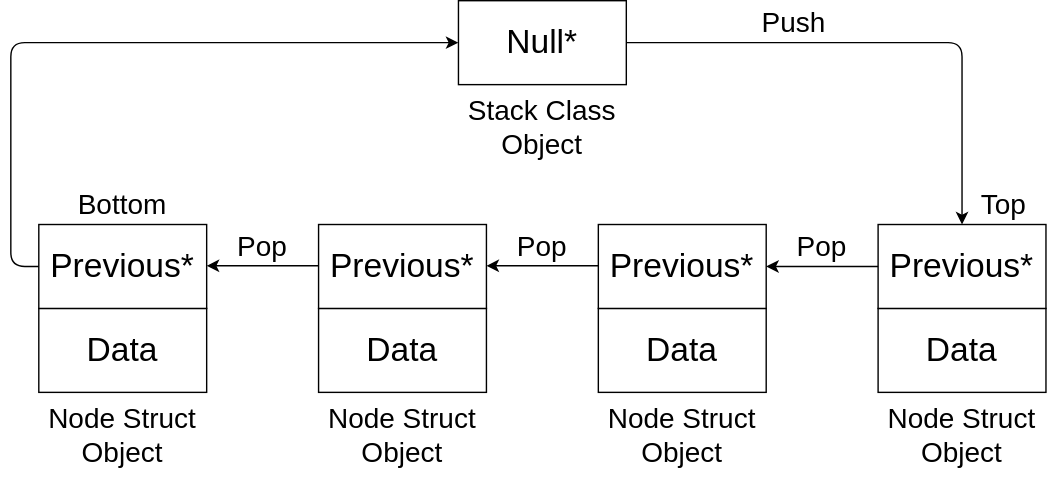
This is Diagrams/Linked_List_Stack.svg from DominicSieli/Computer-Science, a draw.io export, as it was before one commit. Source tidied: cells renumbered, new cells last; positions are measured from the earlier drawing's top-left corner, leaving out a move shared by most shapes. The source it was exported from:
```xml
<mxGraphModel>
  <root>
    <mxCell id="0" />
    <mxCell id="1" parent="0" />
    <mxCell id="2" value="&lt;span style=&quot;font-size: 24px&quot;&gt;Data&lt;/span&gt;" style="rounded=0;whiteSpace=wrap;html=1;" parent="1" vertex="1">
      <mxGeometry x="20" y="220" width="120" height="60" as="geometry" />
    </mxCell>
    <mxCell id="3" value="&lt;span style=&quot;font-size: 24px&quot;&gt;Previous*&lt;/span&gt;" style="rounded=0;whiteSpace=wrap;html=1;" parent="1" vertex="1">
      <mxGeometry x="20" y="160" width="120" height="60" as="geometry" />
    </mxCell>
    <mxCell id="4" value="&lt;span style=&quot;font-size: 24px&quot;&gt;Data&lt;/span&gt;" style="rounded=0;whiteSpace=wrap;html=1;" parent="1" vertex="1">
      <mxGeometry x="220" y="220" width="120" height="60" as="geometry" />
    </mxCell>
    <mxCell id="5" value="&lt;span style=&quot;font-size: 24px&quot;&gt;Previous*&lt;/span&gt;" style="rounded=0;whiteSpace=wrap;html=1;" parent="1" vertex="1">
      <mxGeometry x="220" y="160" width="120" height="60" as="geometry" />
    </mxCell>
    <mxCell id="6" value="&lt;span style=&quot;font-size: 24px&quot;&gt;Data&lt;/span&gt;" style="rounded=0;whiteSpace=wrap;html=1;" parent="1" vertex="1">
      <mxGeometry x="420" y="220" width="120" height="60" as="geometry" />
    </mxCell>
    <mxCell id="7" value="&lt;span style=&quot;font-size: 24px&quot;&gt;Previous*&lt;/span&gt;" style="rounded=0;whiteSpace=wrap;html=1;" parent="1" vertex="1">
      <mxGeometry x="420" y="160" width="120" height="60" as="geometry" />
    </mxCell>
    <mxCell id="8" value="&lt;span style=&quot;font-size: 24px&quot;&gt;Data&lt;/span&gt;" style="rounded=0;whiteSpace=wrap;html=1;" parent="1" vertex="1">
      <mxGeometry x="620" y="220" width="120" height="60" as="geometry" />
    </mxCell>
    <mxCell id="9" value="&lt;span style=&quot;font-size: 24px&quot;&gt;Previous*&lt;/span&gt;" style="rounded=0;whiteSpace=wrap;html=1;" parent="1" vertex="1">
      <mxGeometry x="620" y="160" width="120" height="60" as="geometry" />
    </mxCell>
    <mxCell id="10" value="&lt;font style=&quot;font-size: 24px&quot;&gt;Null*&lt;/font&gt;" style="rounded=0;whiteSpace=wrap;html=1;" parent="1" vertex="1">
      <mxGeometry x="320" width="120" height="60" as="geometry" />
    </mxCell>
    <mxCell id="11" value="&lt;font style=&quot;font-size: 20px&quot;&gt;Stack Class Object&lt;/font&gt;" style="text;html=1;strokeColor=none;fillColor=none;align=center;verticalAlign=middle;whiteSpace=wrap;rounded=0;" parent="1" vertex="1">
      <mxGeometry x="320" y="60" width="120" height="60" as="geometry" />
    </mxCell>
    <mxCell id="12" value="&lt;font style=&quot;font-size: 20px&quot;&gt;Node Struct Object&lt;/font&gt;" style="text;html=1;strokeColor=none;fillColor=none;align=center;verticalAlign=middle;whiteSpace=wrap;rounded=0;" parent="1" vertex="1">
      <mxGeometry x="20" y="280" width="120" height="60" as="geometry" />
    </mxCell>
    <mxCell id="13" value="&lt;font style=&quot;font-size: 20px&quot;&gt;Node Struct Object&lt;/font&gt;" style="text;html=1;strokeColor=none;fillColor=none;align=center;verticalAlign=middle;whiteSpace=wrap;rounded=0;" parent="1" vertex="1">
      <mxGeometry x="220" y="280" width="120" height="60" as="geometry" />
    </mxCell>
    <mxCell id="14" value="&lt;font style=&quot;font-size: 20px&quot;&gt;Node Struct Object&lt;/font&gt;" style="text;html=1;strokeColor=none;fillColor=none;align=center;verticalAlign=middle;whiteSpace=wrap;rounded=0;" parent="1" vertex="1">
      <mxGeometry x="420" y="280" width="120" height="60" as="geometry" />
    </mxCell>
    <mxCell id="15" value="&lt;font style=&quot;font-size: 20px&quot;&gt;Node Struct Object&lt;/font&gt;" style="text;html=1;strokeColor=none;fillColor=none;align=center;verticalAlign=middle;whiteSpace=wrap;rounded=0;" parent="1" vertex="1">
      <mxGeometry x="620" y="280" width="120" height="60" as="geometry" />
    </mxCell>
    <mxCell id="16" style="endArrow=classic;html=1;entryX=0;entryY=0.5;entryDx=0;entryDy=0;exitX=0;exitY=0.5;exitDx=0;exitDy=0;" parent="1" edge="1" source="3" target="10">
      <mxGeometry relative="1" as="geometry">
        <Array as="points">
          <mxPoint y="190" />
          <mxPoint y="30" />
        </Array>
      </mxGeometry>
    </mxCell>
    <mxCell id="17" style="endArrow=classic;html=1;exitX=0;exitY=0.5;exitDx=0;exitDy=0;entryX=1;entryY=0.5;entryDx=0;entryDy=0;" parent="1" edge="1" source="9" target="7">
      <mxGeometry relative="1" as="geometry" />
    </mxCell>
    <mxCell id="18" style="endArrow=classic;html=1;exitX=0;exitY=0.5;exitDx=0;exitDy=0;entryX=1;entryY=0.5;entryDx=0;entryDy=0;" parent="1" edge="1">
      <mxGeometry relative="1" as="geometry">
        <mxPoint x="420" y="189.5" as="sourcePoint" />
        <mxPoint x="340" y="189.5" as="targetPoint" />
      </mxGeometry>
    </mxCell>
    <mxCell id="19" style="endArrow=classic;html=1;exitX=0;exitY=0.5;exitDx=0;exitDy=0;entryX=1;entryY=0.5;entryDx=0;entryDy=0;" parent="1" edge="1">
      <mxGeometry relative="1" as="geometry">
        <mxPoint x="220" y="189.5" as="sourcePoint" />
        <mxPoint x="140" y="189.5" as="targetPoint" />
      </mxGeometry>
    </mxCell>
    <mxCell id="20" style="endArrow=classic;html=1;exitX=1;exitY=0.5;exitDx=0;exitDy=0;entryX=0.5;entryY=0;entryDx=0;entryDy=0;" parent="1" edge="1" source="10" target="9">
      <mxGeometry relative="1" as="geometry">
        <Array as="points">
          <mxPoint x="680" y="30" />
        </Array>
      </mxGeometry>
    </mxCell>
    <mxCell id="21" value="&lt;font style=&quot;font-size: 20px&quot;&gt;Push&lt;/font&gt;" style="text;html=1;strokeColor=none;fillColor=none;align=center;verticalAlign=middle;whiteSpace=wrap;rounded=0;" parent="1" vertex="1">
      <mxGeometry x="500" width="120" height="30" as="geometry" />
    </mxCell>
    <mxCell id="22" value="&lt;font style=&quot;font-size: 20px&quot;&gt;Pop&lt;/font&gt;" style="text;html=1;strokeColor=none;fillColor=none;align=center;verticalAlign=middle;whiteSpace=wrap;rounded=0;" parent="1" vertex="1">
      <mxGeometry x="540" y="160" width="80" height="30" as="geometry" />
    </mxCell>
    <mxCell id="23" value="&lt;font style=&quot;font-size: 20px&quot;&gt;Pop&lt;/font&gt;" style="text;html=1;strokeColor=none;fillColor=none;align=center;verticalAlign=middle;whiteSpace=wrap;rounded=0;" parent="1" vertex="1">
      <mxGeometry x="340" y="160" width="80" height="30" as="geometry" />
    </mxCell>
    <mxCell id="24" value="&lt;font style=&quot;font-size: 20px&quot;&gt;Pop&lt;/font&gt;" style="text;html=1;strokeColor=none;fillColor=none;align=center;verticalAlign=middle;whiteSpace=wrap;rounded=0;" parent="1" vertex="1">
      <mxGeometry x="140" y="160" width="80" height="30" as="geometry" />
    </mxCell>
    <mxCell id="25" value="&lt;font style=&quot;font-size: 20px&quot;&gt;Top&lt;/font&gt;" style="text;html=1;strokeColor=none;fillColor=none;align=center;verticalAlign=middle;whiteSpace=wrap;rounded=0;" parent="1" vertex="1">
      <mxGeometry x="680" y="130" width="60" height="30" as="geometry" />
    </mxCell>
    <mxCell id="26" value="&lt;font style=&quot;font-size: 20px&quot;&gt;Bottom&lt;/font&gt;" style="text;html=1;strokeColor=none;fillColor=none;align=center;verticalAlign=middle;whiteSpace=wrap;rounded=0;" parent="1" vertex="1">
      <mxGeometry x="20" y="130" width="120" height="30" as="geometry" />
    </mxCell>
  </root>
</mxGraphModel>
```
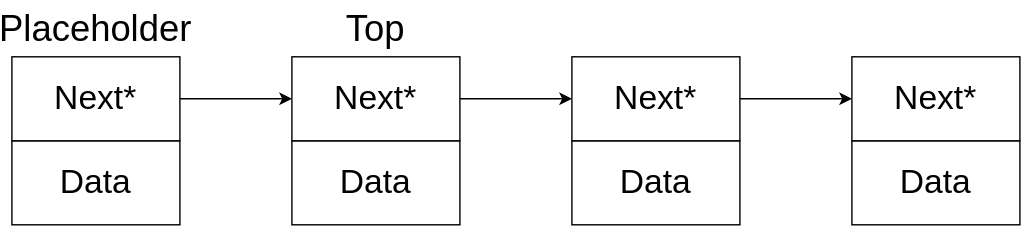
Above is the later version.

The edit, as a diff of the source:
```diff
@@ -2,95 +2,44 @@
   <root>
     <mxCell id="0" />
     <mxCell id="1" parent="0" />
+    <mxCell id="4" value="&lt;span style=&quot;font-size: 24px&quot;&gt;Data&lt;/span&gt;" style="rounded=0;whiteSpace=wrap;html=1;" parent="1" vertex="1">
+      <mxGeometry x="20" y="220" width="120" height="60" as="geometry" />
+    </mxCell>
+    <mxCell id="27" style="edgeStyle=orthogonalEdgeStyle;rounded=0;jettySize=auto;html=1;entryX=0;entryY=0.5;entryDx=0;entryDy=0;" parent="1" edge="1" source="5" target="29">
+      <mxGeometry relative="1" as="geometry" />
+    </mxCell>
+    <mxCell id="5" value="&lt;span style=&quot;font-size: 24px&quot;&gt;Next*&lt;/span&gt;" style="rounded=0;whiteSpace=wrap;html=1;" parent="1" vertex="1">
+      <mxGeometry x="20" y="160" width="120" height="60" as="geometry" />
+    </mxCell>
     <mxCell id="2" value="&lt;span style=&quot;font-size: 24px&quot;&gt;Data&lt;/span&gt;" style="rounded=0;whiteSpace=wrap;html=1;" parent="1" vertex="1">
-      <mxGeometry x="20" y="220" width="120" height="60" as="geometry" />
+      <mxGeometry x="220" y="220" width="120" height="60" as="geometry" />
     </mxCell>
-    <mxCell id="3" value="&lt;span style=&quot;font-size: 24px&quot;&gt;Previous*&lt;/span&gt;" style="rounded=0;whiteSpace=wrap;html=1;" parent="1" vertex="1">
-      <mxGeometry x="20" y="160" width="120" height="60" as="geometry" />
-    </mxCell>
-    <mxCell id="4" value="&lt;span style=&quot;font-size: 24px&quot;&gt;Data&lt;/span&gt;" style="rounded=0;whiteSpace=wrap;html=1;" parent="1" vertex="1">
-      <mxGeometry x="220" y="220" width="120" height="60" as="geometry" />
-    </mxCell>
-    <mxCell id="5" value="&lt;span style=&quot;font-size: 24px&quot;&gt;Previous*&lt;/span&gt;" style="rounded=0;whiteSpace=wrap;html=1;" parent="1" vertex="1">
-      <mxGeometry x="220" y="160" width="120" height="60" as="geometry" />
-    </mxCell>
+    <mxCell id="28" style="edgeStyle=orthogonalEdgeStyle;rounded=0;jettySize=auto;html=1;entryX=0;entryY=0.5;entryDx=0;entryDy=0;" parent="1" edge="1" source="29" target="31">
+      <mxGeometry relative="1" as="geometry" />
+    </mxCell>
+    <mxCell id="29" value="&lt;span style=&quot;font-size: 24px&quot;&gt;Next*&lt;/span&gt;" style="rounded=0;whiteSpace=wrap;html=1;" parent="1" vertex="1">
+      <mxGeometry x="220" y="160" width="120" height="60" as="geometry" />
+    </mxCell>
     <mxCell id="6" value="&lt;span style=&quot;font-size: 24px&quot;&gt;Data&lt;/span&gt;" style="rounded=0;whiteSpace=wrap;html=1;" parent="1" vertex="1">
       <mxGeometry x="420" y="220" width="120" height="60" as="geometry" />
     </mxCell>
-    <mxCell id="7" value="&lt;span style=&quot;font-size: 24px&quot;&gt;Previous*&lt;/span&gt;" style="rounded=0;whiteSpace=wrap;html=1;" parent="1" vertex="1">
-      <mxGeometry x="420" y="160" width="120" height="60" as="geometry" />
-    </mxCell>
+    <mxCell id="30" style="edgeStyle=orthogonalEdgeStyle;rounded=0;jettySize=auto;html=1;entryX=0;entryY=0.5;entryDx=0;entryDy=0;" parent="1" edge="1" source="31" target="32">
+      <mxGeometry relative="1" as="geometry" />
+    </mxCell>
+    <mxCell id="31" value="&lt;span style=&quot;font-size: 24px&quot;&gt;Next*&lt;/span&gt;" style="rounded=0;whiteSpace=wrap;html=1;" parent="1" vertex="1">
+      <mxGeometry x="420" y="160" width="120" height="60" as="geometry" />
+    </mxCell>
     <mxCell id="8" value="&lt;span style=&quot;font-size: 24px&quot;&gt;Data&lt;/span&gt;" style="rounded=0;whiteSpace=wrap;html=1;" parent="1" vertex="1">
       <mxGeometry x="620" y="220" width="120" height="60" as="geometry" />
     </mxCell>
-    <mxCell id="9" value="&lt;span style=&quot;font-size: 24px&quot;&gt;Previous*&lt;/span&gt;" style="rounded=0;whiteSpace=wrap;html=1;" parent="1" vertex="1">
-      <mxGeometry x="620" y="160" width="120" height="60" as="geometry" />
-    </mxCell>
-    <mxCell id="10" value="&lt;font style=&quot;font-size: 24px&quot;&gt;Null*&lt;/font&gt;" style="rounded=0;whiteSpace=wrap;html=1;" parent="1" vertex="1">
-      <mxGeometry x="320" width="120" height="60" as="geometry" />
-    </mxCell>
-    <mxCell id="11" value="&lt;font style=&quot;font-size: 20px&quot;&gt;Stack Class Object&lt;/font&gt;" style="text;html=1;strokeColor=none;fillColor=none;align=center;verticalAlign=middle;whiteSpace=wrap;rounded=0;" parent="1" vertex="1">
-      <mxGeometry x="320" y="60" width="120" height="60" as="geometry" />
-    </mxCell>
-    <mxCell id="12" value="&lt;font style=&quot;font-size: 20px&quot;&gt;Node Struct Object&lt;/font&gt;" style="text;html=1;strokeColor=none;fillColor=none;align=center;verticalAlign=middle;whiteSpace=wrap;rounded=0;" parent="1" vertex="1">
-      <mxGeometry x="20" y="280" width="120" height="60" as="geometry" />
-    </mxCell>
-    <mxCell id="13" value="&lt;font style=&quot;font-size: 20px&quot;&gt;Node Struct Object&lt;/font&gt;" style="text;html=1;strokeColor=none;fillColor=none;align=center;verticalAlign=middle;whiteSpace=wrap;rounded=0;" parent="1" vertex="1">
-      <mxGeometry x="220" y="280" width="120" height="60" as="geometry" />
-    </mxCell>
-    <mxCell id="14" value="&lt;font style=&quot;font-size: 20px&quot;&gt;Node Struct Object&lt;/font&gt;" style="text;html=1;strokeColor=none;fillColor=none;align=center;verticalAlign=middle;whiteSpace=wrap;rounded=0;" parent="1" vertex="1">
-      <mxGeometry x="420" y="280" width="120" height="60" as="geometry" />
-    </mxCell>
-    <mxCell id="15" value="&lt;font style=&quot;font-size: 20px&quot;&gt;Node Struct Object&lt;/font&gt;" style="text;html=1;strokeColor=none;fillColor=none;align=center;verticalAlign=middle;whiteSpace=wrap;rounded=0;" parent="1" vertex="1">
-      <mxGeometry x="620" y="280" width="120" height="60" as="geometry" />
-    </mxCell>
-    <mxCell id="16" style="endArrow=classic;html=1;entryX=0;entryY=0.5;entryDx=0;entryDy=0;exitX=0;exitY=0.5;exitDx=0;exitDy=0;" parent="1" edge="1" source="3" target="10">
-      <mxGeometry relative="1" as="geometry">
-        <Array as="points">
-          <mxPoint y="190" />
-          <mxPoint y="30" />
-        </Array>
-      </mxGeometry>
-    </mxCell>
-    <mxCell id="17" style="endArrow=classic;html=1;exitX=0;exitY=0.5;exitDx=0;exitDy=0;entryX=1;entryY=0.5;entryDx=0;entryDy=0;" parent="1" edge="1" source="9" target="7">
-      <mxGeometry relative="1" as="geometry" />
-    </mxCell>
-    <mxCell id="18" style="endArrow=classic;html=1;exitX=0;exitY=0.5;exitDx=0;exitDy=0;entryX=1;entryY=0.5;entryDx=0;entryDy=0;" parent="1" edge="1">
-      <mxGeometry relative="1" as="geometry">
-        <mxPoint x="420" y="189.5" as="sourcePoint" />
-        <mxPoint x="340" y="189.5" as="targetPoint" />
-      </mxGeometry>
-    </mxCell>
-    <mxCell id="19" style="endArrow=classic;html=1;exitX=0;exitY=0.5;exitDx=0;exitDy=0;entryX=1;entryY=0.5;entryDx=0;entryDy=0;" parent="1" edge="1">
-      <mxGeometry relative="1" as="geometry">
-        <mxPoint x="220" y="189.5" as="sourcePoint" />
-        <mxPoint x="140" y="189.5" as="targetPoint" />
-      </mxGeometry>
-    </mxCell>
-    <mxCell id="20" style="endArrow=classic;html=1;exitX=1;exitY=0.5;exitDx=0;exitDy=0;entryX=0.5;entryY=0;entryDx=0;entryDy=0;" parent="1" edge="1" source="10" target="9">
-      <mxGeometry relative="1" as="geometry">
-        <Array as="points">
-          <mxPoint x="680" y="30" />
-        </Array>
-      </mxGeometry>
-    </mxCell>
-    <mxCell id="21" value="&lt;font style=&quot;font-size: 20px&quot;&gt;Push&lt;/font&gt;" style="text;html=1;strokeColor=none;fillColor=none;align=center;verticalAlign=middle;whiteSpace=wrap;rounded=0;" parent="1" vertex="1">
-      <mxGeometry x="500" width="120" height="30" as="geometry" />
-    </mxCell>
-    <mxCell id="22" value="&lt;font style=&quot;font-size: 20px&quot;&gt;Pop&lt;/font&gt;" style="text;html=1;strokeColor=none;fillColor=none;align=center;verticalAlign=middle;whiteSpace=wrap;rounded=0;" parent="1" vertex="1">
-      <mxGeometry x="540" y="160" width="80" height="30" as="geometry" />
-    </mxCell>
-    <mxCell id="23" value="&lt;font style=&quot;font-size: 20px&quot;&gt;Pop&lt;/font&gt;" style="text;html=1;strokeColor=none;fillColor=none;align=center;verticalAlign=middle;whiteSpace=wrap;rounded=0;" parent="1" vertex="1">
-      <mxGeometry x="340" y="160" width="80" height="30" as="geometry" />
-    </mxCell>
-    <mxCell id="24" value="&lt;font style=&quot;font-size: 20px&quot;&gt;Pop&lt;/font&gt;" style="text;html=1;strokeColor=none;fillColor=none;align=center;verticalAlign=middle;whiteSpace=wrap;rounded=0;" parent="1" vertex="1">
-      <mxGeometry x="140" y="160" width="80" height="30" as="geometry" />
-    </mxCell>
+    <mxCell id="32" value="&lt;span style=&quot;font-size: 24px&quot;&gt;Next*&lt;/span&gt;" style="rounded=0;whiteSpace=wrap;html=1;" parent="1" vertex="1">
+      <mxGeometry x="620" y="160" width="120" height="60" as="geometry" />
+    </mxCell>
-    <mxCell id="25" value="&lt;font style=&quot;font-size: 20px&quot;&gt;Top&lt;/font&gt;" style="text;html=1;strokeColor=none;fillColor=none;align=center;verticalAlign=middle;whiteSpace=wrap;rounded=0;" parent="1" vertex="1">
-      <mxGeometry x="680" y="130" width="60" height="30" as="geometry" />
+    <mxCell id="25" value="&lt;font style=&quot;font-size: 26px&quot;&gt;Top&lt;/font&gt;" style="text;html=1;strokeColor=none;fillColor=none;align=center;verticalAlign=middle;whiteSpace=wrap;rounded=0;" parent="1" vertex="1">
+      <mxGeometry x="240" y="120" width="80" height="40" as="geometry" />
     </mxCell>
-    <mxCell id="26" value="&lt;font style=&quot;font-size: 20px&quot;&gt;Bottom&lt;/font&gt;" style="text;html=1;strokeColor=none;fillColor=none;align=center;verticalAlign=middle;whiteSpace=wrap;rounded=0;" parent="1" vertex="1">
-      <mxGeometry x="20" y="130" width="120" height="30" as="geometry" />
-    </mxCell>
+    <mxCell id="33" value="&lt;font style=&quot;font-size: 26px&quot;&gt;Placeholder&lt;/font&gt;" style="text;html=1;strokeColor=none;fillColor=none;align=center;verticalAlign=middle;whiteSpace=wrap;rounded=0;" parent="1" vertex="1">
+      <mxGeometry x="20" y="120" width="120" height="40" as="geometry" />
+    </mxCell>
   </root>
 </mxGraphModel>
```
